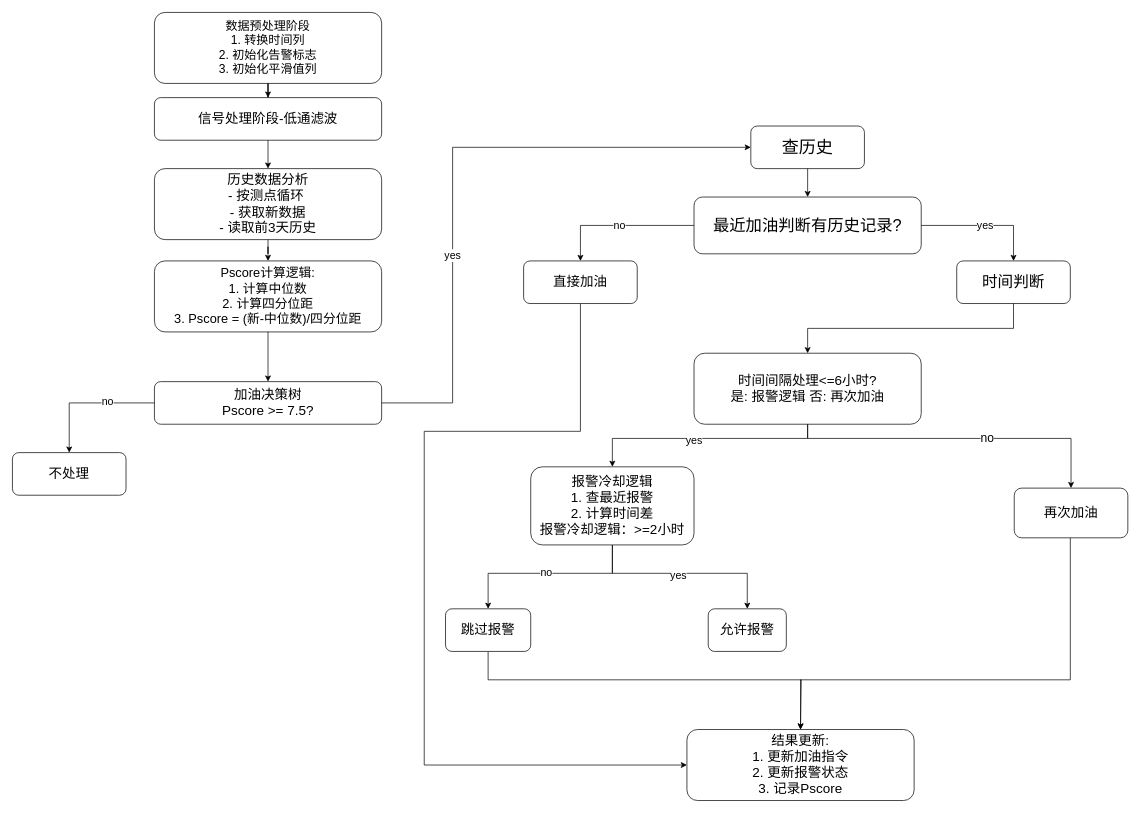
Above: pscore_fuel_decision.drawio in 729973389/picture (draw.io), before the change. Source tidied: cells renumbered, new cells numbered last; positions are measured from the earlier drawing's top-left corner, leaving out a move shared by most shapes. Both pictures are drawn from the tidied source at 71%, with x=0, y=0 at pixel (12, 12).
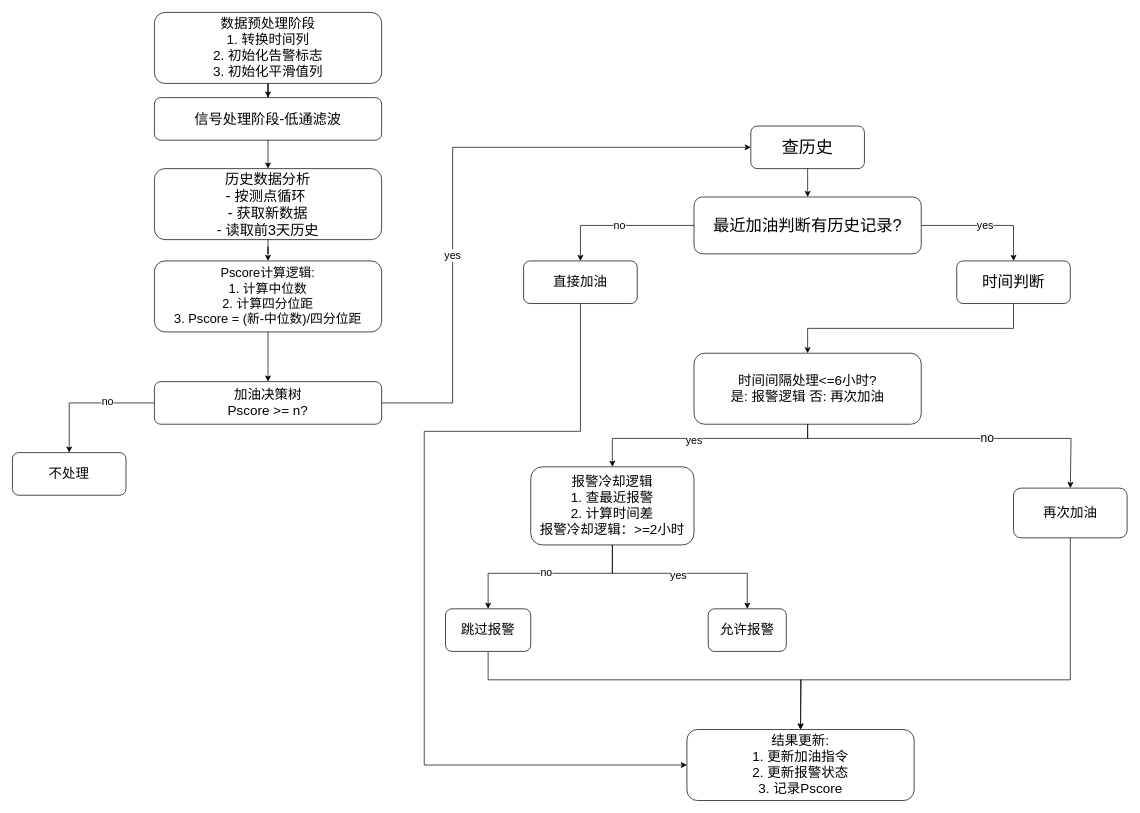
The same diagram, later.

The edit, as a diff of the source:
```diff
@@
-    <mxCell id="2" value="数据预处理阶段&lt;div&gt;1. 转换时间列&lt;/div&gt;&lt;div&gt;2. 初始化告警标志&lt;/div&gt;&lt;div&gt;3. 初始化平滑值列&lt;/div&gt;" style="rounded=1;whiteSpace=wrap;html=1;strokeColor=#000000;fillColor=#FFFFFF;fontSize=17;arcSize=15;" parent="1" vertex="1">
+    <mxCell id="2" value="数据预处理阶段&lt;div&gt;1. 转换时间列&lt;/div&gt;&lt;div&gt;2. 初始化告警标志&lt;/div&gt;&lt;div&gt;3. 初始化平滑值列&lt;/div&gt;" style="rounded=1;whiteSpace=wrap;html=1;strokeColor=#000000;fillColor=#FFFFFF;fontSize=19;arcSize=15;" parent="1" vertex="1">
       <mxGeometry x="200" width="320" height="100" as="geometry" />
     </mxCell>
-    <mxCell id="3" value="信号处理阶段-低通滤波" style="rounded=1;whiteSpace=wrap;html=1;strokeColor=#000000;fillColor=#FFFFFF;fontSize=19;arcSize=15;" parent="1" vertex="1">
+    <mxCell id="3" value="信号处理阶段-低通滤波" style="rounded=1;whiteSpace=wrap;html=1;strokeColor=#000000;fillColor=#FFFFFF;fontSize=20;arcSize=15;" parent="1" vertex="1">
       <mxGeometry x="200" y="120" width="320" height="60" as="geometry" />
     </mxCell>
-    <mxCell id="4" value="历史数据分析&lt;div&gt;- 按测点循环&amp;nbsp;&lt;/div&gt;&lt;div&gt;- 获取新数据&lt;/div&gt;&lt;div&gt;- 读取前3天历史&lt;/div&gt;" style="rounded=1;whiteSpace=wrap;html=1;strokeColor=#000000;fillColor=#FFFFFF;fontSize=19;arcSize=15;" parent="1" vertex="1">
+    <mxCell id="4" value="历史数据分析&lt;div&gt;- 按测点循环&amp;nbsp;&lt;/div&gt;&lt;div&gt;- 获取新数据&lt;/div&gt;&lt;div&gt;- 读取前3天历史&lt;/div&gt;" style="rounded=1;whiteSpace=wrap;html=1;strokeColor=#000000;fillColor=#FFFFFF;fontSize=20;arcSize=15;" parent="1" vertex="1">
       <mxGeometry x="200" y="220" width="320" height="100" as="geometry" />
     </mxCell>
@@
-    <mxCell id="6" value="加油决策树&lt;div&gt;Pscore &amp;gt;= 7.5?&lt;/div&gt;" style="rounded=1;whiteSpace=wrap;html=1;strokeColor=#000000;fillColor=#FFFFFF;fontSize=19;arcSize=15;" parent="1" vertex="1">
+    <mxCell id="6" value="加油决策树&lt;div&gt;Pscore &amp;gt;= n?&lt;/div&gt;" style="rounded=1;whiteSpace=wrap;html=1;strokeColor=#000000;fillColor=#FFFFFF;fontSize=19;arcSize=15;" parent="1" vertex="1">
       <mxGeometry x="200" y="520" width="320" height="60" as="geometry" />
     </mxCell>
@@
     <mxCell id="36" value="再次加油" style="rounded=1;whiteSpace=wrap;html=1;strokeColor=#000000;fillColor=#FFFFFF;fontSize=19;arcSize=15;" parent="1" vertex="1">
-      <mxGeometry x="1411" y="670" width="160" height="70" as="geometry" />
+      <mxGeometry x="1410" y="670" width="160" height="70" as="geometry" />
     </mxCell>
```
